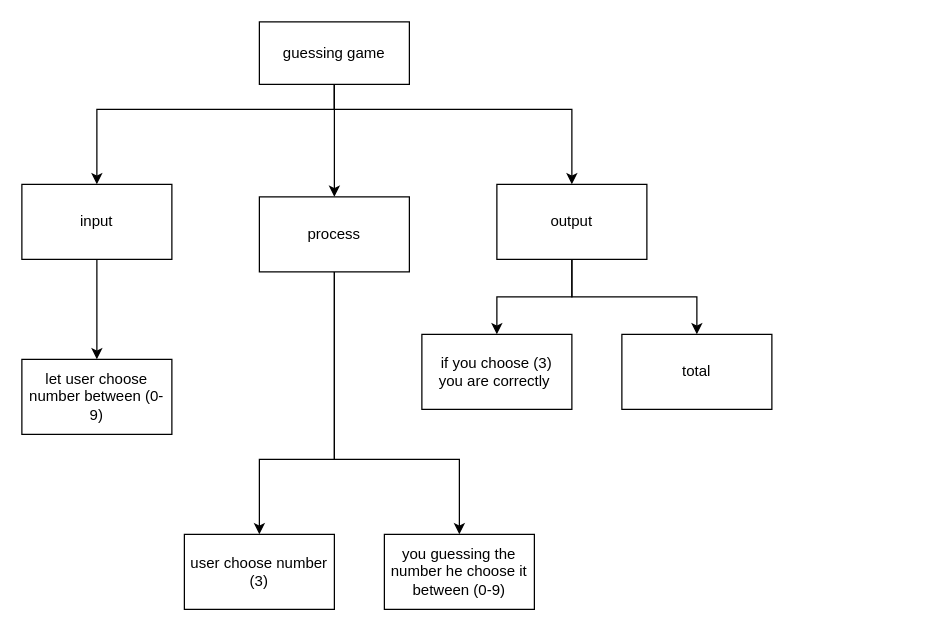
Above: Topdown.drawio in mohammedal-ess/ICS3U-Unit4-04-python (draw.io), before the change. Source tidied: cells renumbered, new cells numbered last; positions are measured from the earlier drawing's top-left corner, leaving out a move shared by most shapes. Both pictures are drawn from the tidied source at 125%, with x=0, y=0 at pixel (21, 21).
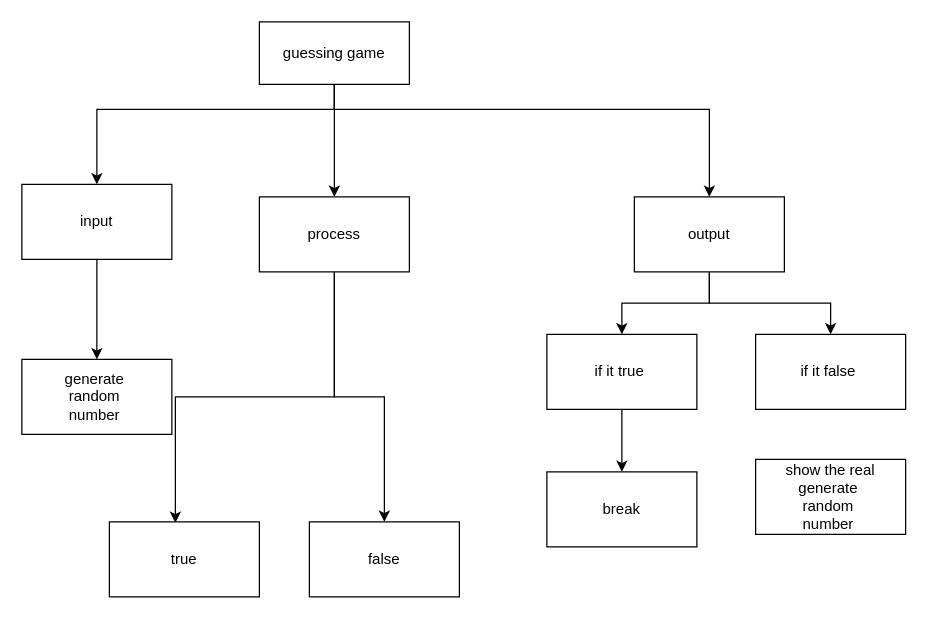
Above is the later version.

Unchanged cells that the change refers to:
```xml
<mxCell id="5" value="guessing game" style="rounded=0;whiteSpace=wrap;html=1;" parent="1" vertex="1">
  <mxGeometry x="190" width="120" height="50" as="geometry" />
</mxCell>
<mxCell id="10" value="process&lt;br&gt;" style="rounded=0;whiteSpace=wrap;html=1;" parent="1" vertex="1">
  <mxGeometry x="190" y="140" width="120" height="60" as="geometry" />
</mxCell>
```

What changed in the source:
```diff
@@
     <mxCell id="3" style="edgeStyle=orthogonalEdgeStyle;rounded=0;html=1;entryX=0.5;entryY=0;entryDx=0;entryDy=0;" parent="1" edge="1" source="5" target="13">
       <mxGeometry relative="1" as="geometry">
         <Array as="points">
           <mxPoint x="250" y="70" />
-          <mxPoint x="440" y="70" />
+          <mxPoint x="550" y="70" />
+          <mxPoint x="550" y="130" />
         </Array>
       </mxGeometry>
     </mxCell>
@@
-    <mxCell id="8" style="edgeStyle=orthogonalEdgeStyle;rounded=0;html=1;entryX=0.5;entryY=0;entryDx=0;entryDy=0;" parent="1" edge="1" source="10" target="15">
-      <mxGeometry relative="1" as="geometry">
-        <Array as="points">
-          <mxPoint x="250" y="350" />
-          <mxPoint x="190" y="350" />
-        </Array>
-      </mxGeometry>
+    <mxCell id="8" style="edgeStyle=orthogonalEdgeStyle;html=1;entryX=0.44;entryY=0.013;entryDx=0;entryDy=0;entryPerimeter=0;rounded=0;" parent="1" edge="1" source="10" target="15">
+      <mxGeometry relative="1" as="geometry" />
     </mxCell>
-    <mxCell id="9" style="edgeStyle=orthogonalEdgeStyle;rounded=0;html=1;" parent="1" edge="1" source="10" target="16">
-      <mxGeometry relative="1" as="geometry">
-        <Array as="points">
-          <mxPoint x="250" y="350" />
-          <mxPoint x="350" y="350" />
-        </Array>
-      </mxGeometry>
+    <mxCell id="9" style="edgeStyle=orthogonalEdgeStyle;rounded=0;html=1;entryX=0.5;entryY=0;entryDx=0;entryDy=0;" parent="1" edge="1" source="10" target="16">
+      <mxGeometry relative="1" as="geometry" />
     </mxCell>
@@
     <mxCell id="13" value="output" style="rounded=0;whiteSpace=wrap;html=1;" parent="1" vertex="1">
-      <mxGeometry x="380" y="130" width="120" height="60" as="geometry" />
+      <mxGeometry x="490" y="140" width="120" height="60" as="geometry" />
     </mxCell>
-    <mxCell id="14" value="let user choose number between (0-9)" style="rounded=0;whiteSpace=wrap;html=1;" parent="1" vertex="1">
+    <mxCell id="14" value="&lt;span&gt;generate&amp;nbsp;&lt;/span&gt;&lt;br&gt;&lt;span&gt;random&amp;nbsp;&lt;/span&gt;&lt;br&gt;&lt;span&gt;number&amp;nbsp;&lt;/span&gt;" style="rounded=0;whiteSpace=wrap;html=1;" parent="1" vertex="1">
       <mxGeometry y="270" width="120" height="60" as="geometry" />
     </mxCell>
-    <mxCell id="15" value="user choose number (3)" style="rounded=0;whiteSpace=wrap;html=1;" parent="1" vertex="1">
-      <mxGeometry x="130" y="410" width="120" height="60" as="geometry" />
+    <mxCell id="15" value="true" style="rounded=0;whiteSpace=wrap;html=1;" parent="1" vertex="1">
+      <mxGeometry x="70" y="400" width="120" height="60" as="geometry" />
     </mxCell>
-    <mxCell id="16" value="you guessing the number he choose it between (0-9)" style="rounded=0;whiteSpace=wrap;html=1;" parent="1" vertex="1">
-      <mxGeometry x="290" y="410" width="120" height="60" as="geometry" />
+    <mxCell id="16" value="false" style="rounded=0;whiteSpace=wrap;html=1;" parent="1" vertex="1">
+      <mxGeometry x="230" y="400" width="120" height="60" as="geometry" />
     </mxCell>
-    <mxCell id="17" value="total" style="rounded=0;whiteSpace=wrap;html=1;" parent="1" vertex="1">
-      <mxGeometry x="480" y="250" width="120" height="60" as="geometry" />
+    <mxCell id="17" value="if it false&amp;nbsp;" style="rounded=0;whiteSpace=wrap;html=1;" parent="1" vertex="1">
+      <mxGeometry x="587" y="250" width="120" height="60" as="geometry" />
     </mxCell>
+    <mxCell id="19" style="edgeStyle=orthogonalEdgeStyle;rounded=0;html=1;entryX=0.5;entryY=0;entryDx=0;entryDy=0;" parent="1" edge="1" source="18" target="20">
+      <mxGeometry relative="1" as="geometry" />
+    </mxCell>
-    <mxCell id="18" value="if you choose (3)&lt;br&gt;you are correctly&amp;nbsp;" style="rounded=0;whiteSpace=wrap;html=1;" parent="1" vertex="1">
-      <mxGeometry x="320" y="250" width="120" height="60" as="geometry" />
+    <mxCell id="18" value="if it true&amp;nbsp;" style="rounded=0;whiteSpace=wrap;html=1;" parent="1" vertex="1">
+      <mxGeometry x="420" y="250" width="120" height="60" as="geometry" />
     </mxCell>
+    <mxCell id="20" value="break" style="rounded=0;whiteSpace=wrap;html=1;" parent="1" vertex="1">
+      <mxGeometry x="420" y="360" width="120" height="60" as="geometry" />
+    </mxCell>
+    <mxCell id="21" value="show the real generate&amp;nbsp;&lt;br&gt;random&amp;nbsp;&lt;br&gt;number&amp;nbsp;" style="rounded=0;whiteSpace=wrap;html=1;" parent="1" vertex="1">
+      <mxGeometry x="587" y="350" width="120" height="60" as="geometry" />
+    </mxCell>
```
